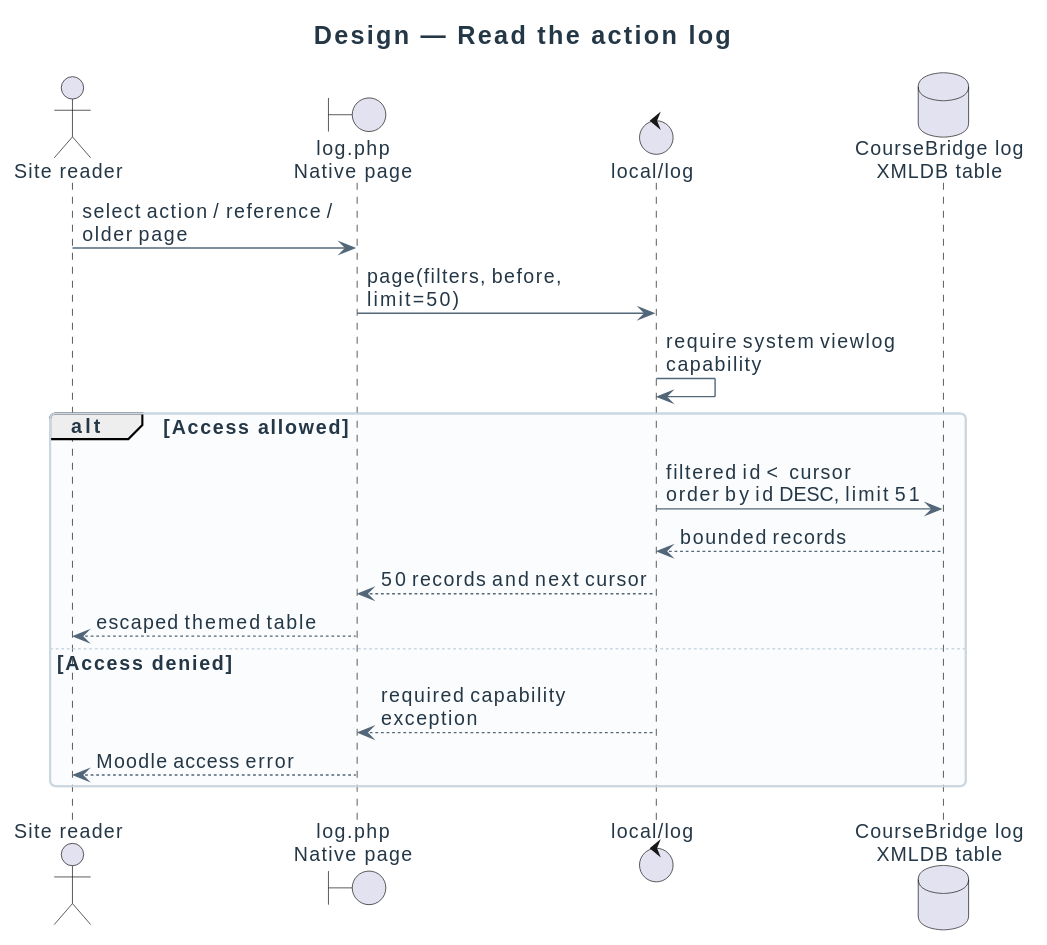
The PlantUML diagram docs/diagrams/design/sequences/log-query.svg in didactika/moodle-local_coursefiles, before a commit. Source of this version:
```plantuml
@startuml
!include ../../_style.puml
skinparam maxMessageSize 200
title Design — Read the action log
actor "Site reader" as Reader
boundary "log.php\nNative page" as Page
control "local/log" as Log
database "CourseBridge log\nXMLDB table" as DB
Reader -> Page : select action / reference / older page
Page -> Log : page(filters, before, limit=50)
Log -> Log : require system viewlog capability
alt Access allowed
  Log -> DB : filtered id < cursor\norder by id DESC, limit 51
  DB --> Log : bounded records
  Log --> Page : 50 records and next cursor
  Page --> Reader : escaped themed table
else Access denied
  Log --> Page : required capability exception
  Page --> Reader : Moodle access error
end
@enduml
```
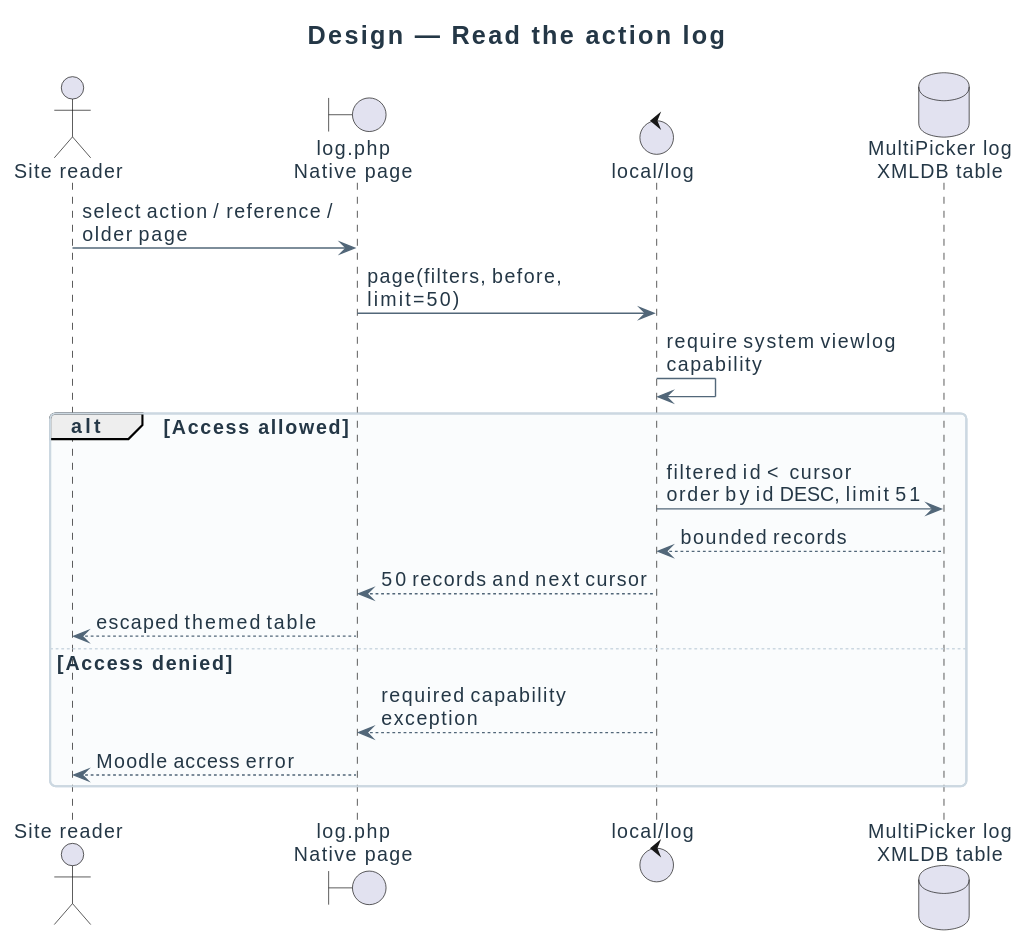
After the commit.

The edit, as a diff of the source:
```diff
@@ -5,7 +5,7 @@
 actor "Site reader" as Reader
 boundary "log.php\nNative page" as Page
 control "local/log" as Log
-database "CourseBridge log\nXMLDB table" as DB
+database "MultiPicker log\nXMLDB table" as DB
 Reader -> Page : select action / reference / older page
 Page -> Log : page(filters, before, limit=50)
 Log -> Log : require system viewlog capability
```
